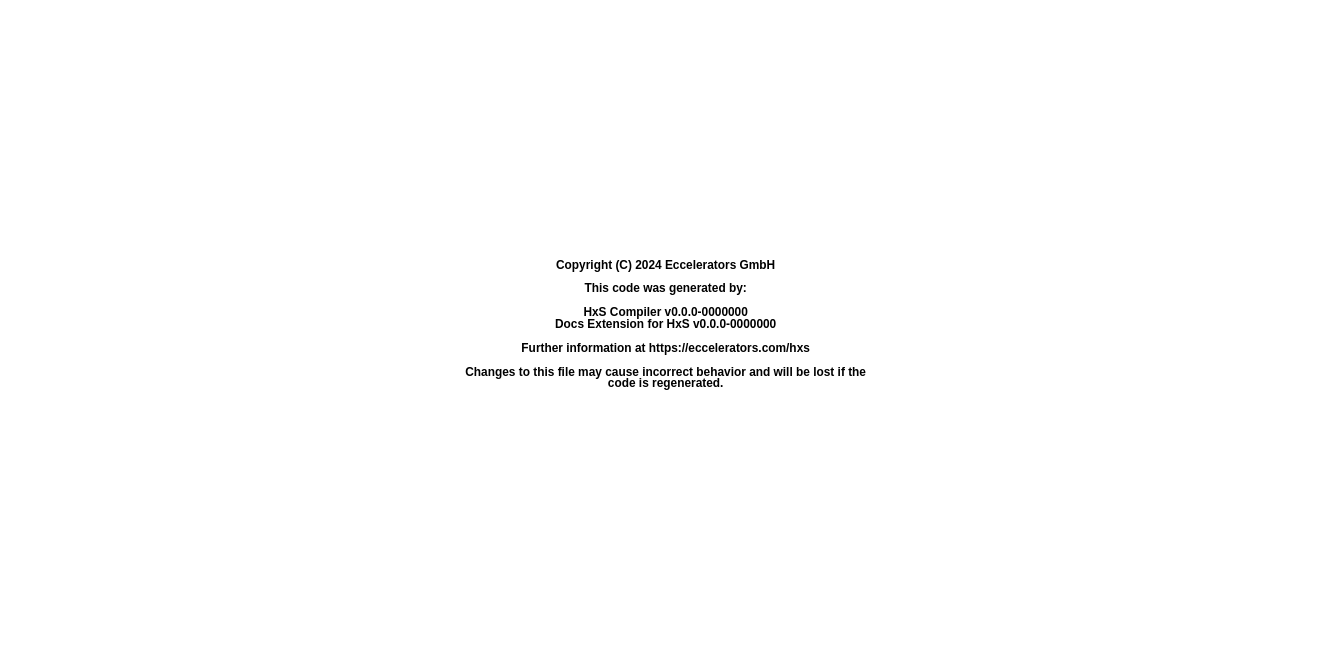
eccelerators/tutorial-hxs-bitfield-register-pulse-generator-plain keeps this draw.io diagram as page "Comments" (3 of 3) of src-gen/rst/eccelerators.tutorial.PulseGeneratorPlainIfc.drawio. Above is the earlier version. Source tidied: cells renumbered, new cells numbered last; positions are measured from the earlier drawing's top-left corner, leaving out a move shared by most shapes. Both pictures are drawn from the tidied source at 33%, with x=0, y=0 at pixel (6, 6).
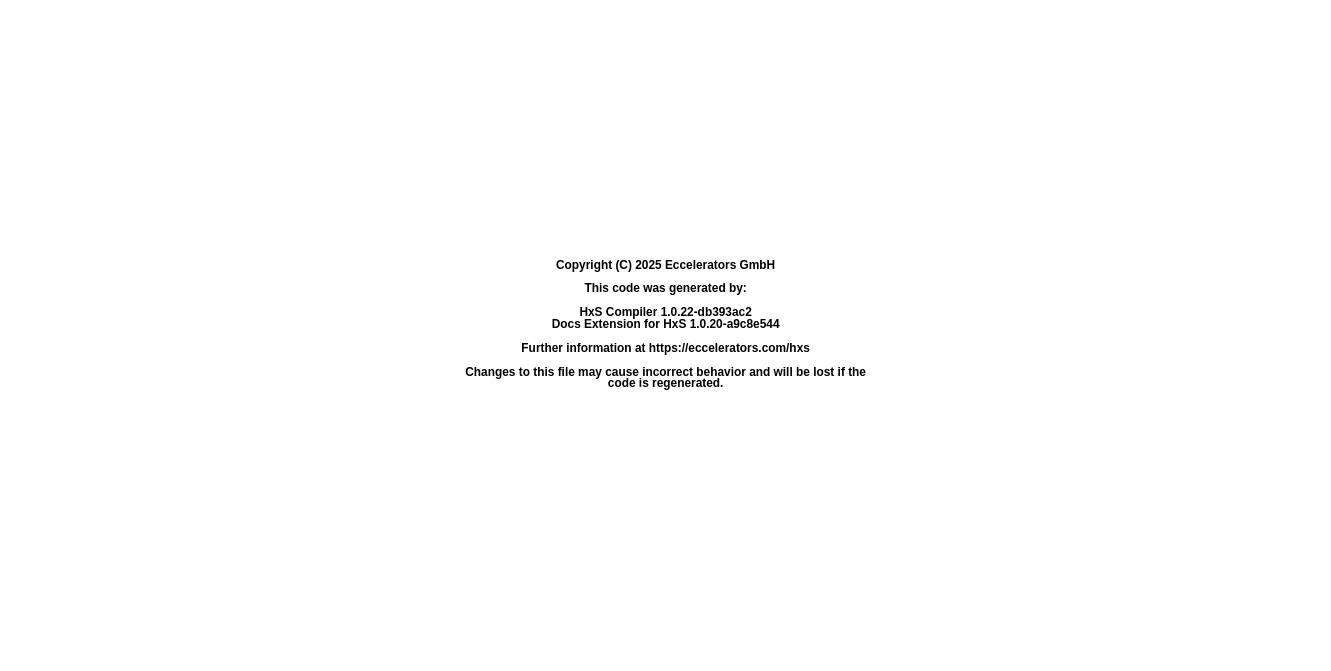
Above is the later version.

The edit, as a diff of the source:
```diff
@@
 <mxGraphModel>
   <root>
     <mxCell id="0" />
     <mxCell id="1" parent="0" />
-    <mxCell id="2" parent="0" />
-    <mxCell id="3" value="&lt;p style=&quot;line-height: 100%;&quot;&gt;Copyright (C) 2024 Eccelerators GmbH&#10;&#10;This code was generated by:&#10;&#10;HxS Compiler v0.0.0-0000000&#10;Docs Extension for HxS v0.0.0-0000000&#10;&#10;Further information at https://eccelerators.com/hxs&#10;&#10;Changes to this file may cause incorrect behavior and will be lost if the&#10;code is regenerated.&#10;&#10;&#10;&lt;/p&gt;" style="fillColor=none;verticalAlign=middle;labelBorderColor=none;fontSize=36.000000;align=center;fontStyle=1;strokeColor=none;fontColor=#000000;rounded=0;whiteSpace=wrap;html=1;" parent="2" vertex="1">
-      <mxGeometry width="4000" height="2000" as="geometry" />
-    </mxCell>
+    <mxCell id="4" parent="0" />
+    <mxCell id="5" value="&lt;p style=&quot;line-height: 100%;&quot;&gt;Copyright (C) 2025 Eccelerators GmbH&#10;&#10;This code was generated by:&#10;&#10;HxS Compiler 1.0.22-db393ac2&#10;Docs Extension for HxS 1.0.20-a9c8e544&#10;&#10;Further information at https://eccelerators.com/hxs&#10;&#10;Changes to this file may cause incorrect behavior and will be lost if the&#10;code is regenerated.&#10;&#10;&#10;&lt;/p&gt;" style="fillColor=none;verticalAlign=middle;labelBorderColor=none;fontSize=36.000000;align=center;fontStyle=1;strokeColor=none;fontColor=#000000;rounded=0;whiteSpace=wrap;html=1;" parent="4" vertex="1">
+      <mxGeometry width="4000" height="2000" as="geometry" />
+    </mxCell>
   </root>
 </mxGraphModel>
```
